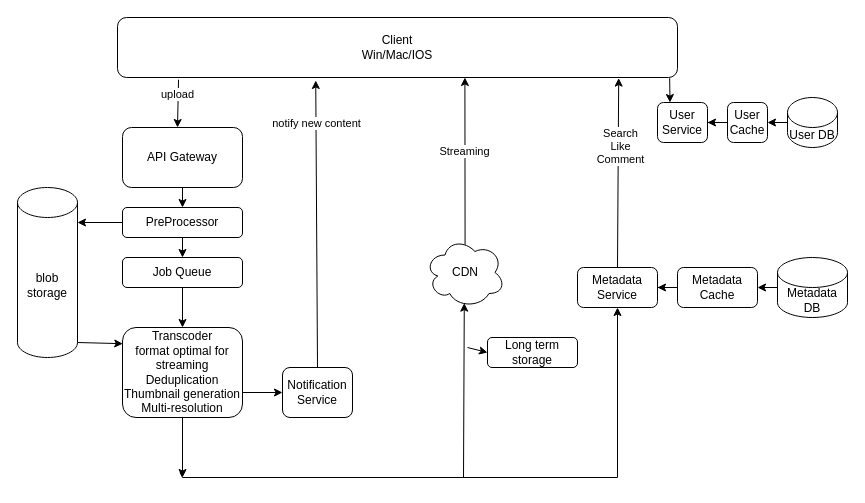
xwq172677170/SysdDiagram keeps this draw.io diagram as 8_YoutubeNetflix.drawio. Above is the earlier version. Source tidied: cells renumbered, new cells numbered last; positions are measured from the earlier drawing's top-left corner, leaving out a move shared by most shapes. Both pictures are drawn from the tidied source at 100%, with x=0, y=0 at pixel (17, 17).
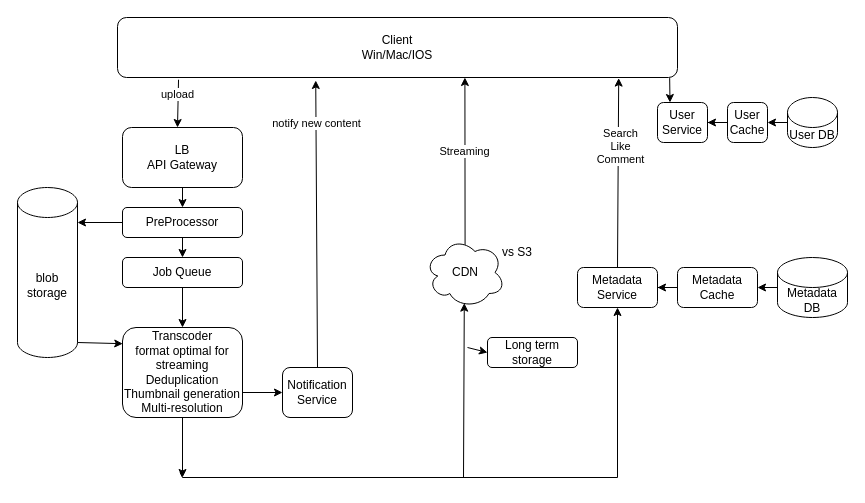
Above is the later version.

Change to the diagram source:
```diff
@@
-    <mxCell id="5" value="API Gateway" style="rounded=1;whiteSpace=wrap;html=1;" parent="1" vertex="1">
+    <mxCell id="5" value="LB&lt;br&gt;API Gateway" style="rounded=1;whiteSpace=wrap;html=1;" parent="1" vertex="1">
       <mxGeometry x="105" y="110" width="120" height="60" as="geometry" />
     </mxCell>
@@
+    <mxCell id="40" value="vs S3" style="text;html=1;strokeColor=none;fillColor=none;align=center;verticalAlign=middle;whiteSpace=wrap;rounded=0;" parent="1" vertex="1">
+      <mxGeometry x="470" y="220" width="60" height="30" as="geometry" />
+    </mxCell>
```
